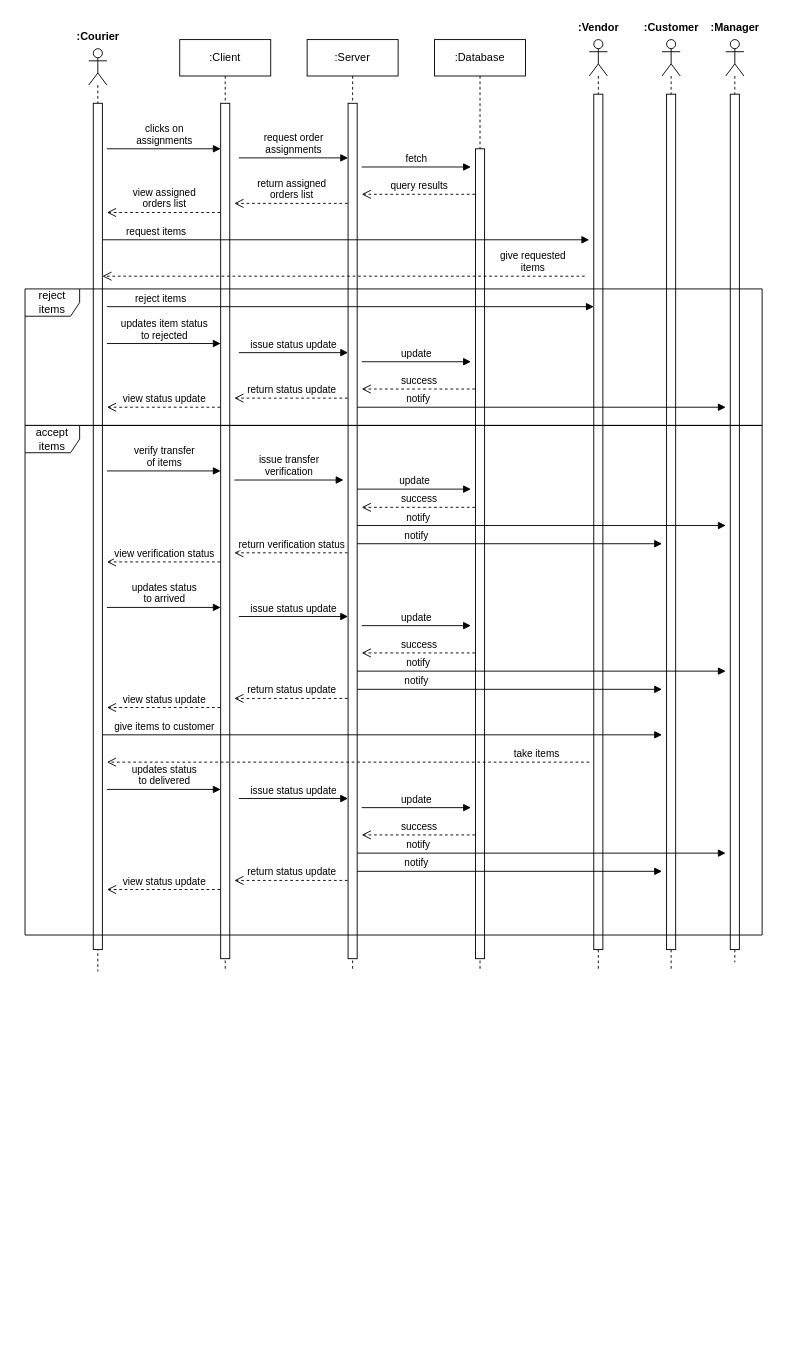
The draw.io diagram page "courier-delivery" (5 of 5) of software requirement/design/Sequence Diagram.drawio in nati-esh-zed/online_shopping_webapp, before the edit. Source tidied: cells renumbered, new cells numbered last; positions are measured from the earlier drawing's top-left corner, leaving out a move shared by most shapes. Both pictures are drawn from the tidied source at 91%, with x=0, y=0 at pixel (25, 15).
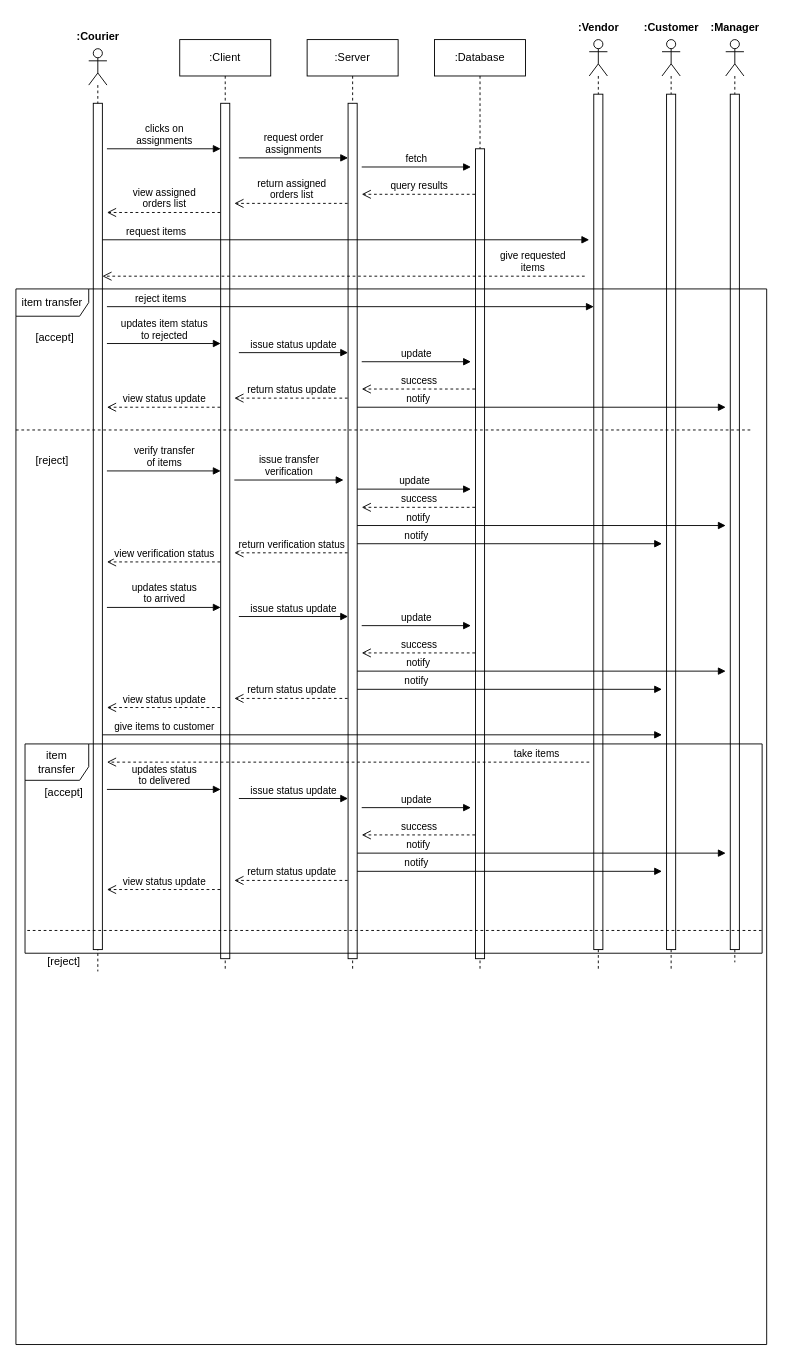
The same page after the edit.

Diff of the diagram source:
```diff
@@
-    <mxCell id="46" value="reject items" style="shape=umlFrame;whiteSpace=wrap;html=1;" parent="1" vertex="1">
-      <mxGeometry y="300" width="810" height="150" as="geometry" />
-    </mxCell>
@@
-    <mxCell id="53" value="accept items" style="shape=umlFrame;whiteSpace=wrap;html=1;" parent="1" vertex="1">
-      <mxGeometry y="450" width="810" height="560" as="geometry" />
-    </mxCell>
@@
+    <mxCell id="64" value="item transfer" style="shape=umlFrame;whiteSpace=wrap;html=1;width=80;height=30;" parent="1" vertex="1">
+      <mxGeometry x="-10" y="300" width="825" height="1160" as="geometry" />
+    </mxCell>
+    <mxCell id="65" value="[accept]" style="text;html=1;" parent="64" vertex="1">
+      <mxGeometry width="100" height="20" relative="1" as="geometry">
+        <mxPoint x="20" y="40" as="offset" />
+      </mxGeometry>
+    </mxCell>
+    <mxCell id="66" value="[reject]" style="line;strokeWidth=1;dashed=1;labelPosition=center;verticalLabelPosition=bottom;align=left;verticalAlign=top;spacingLeft=20;spacingTop=15;html=1;whiteSpace=wrap;" parent="64" vertex="1">
+      <mxGeometry y="150" width="810" height="10" as="geometry" />
+    </mxCell>
+    <mxCell id="67" value="item &lt;br&gt;transfer" style="shape=umlFrame;whiteSpace=wrap;html=1;width=70;height=40;" parent="64" vertex="1">
+      <mxGeometry x="10" y="500" width="810" height="230" as="geometry" />
+    </mxCell>
+    <mxCell id="68" value="[accept]" style="text;html=1;" parent="67" vertex="1">
+      <mxGeometry width="100" height="20" relative="1" as="geometry">
+        <mxPoint x="20" y="40" as="offset" />
+      </mxGeometry>
+    </mxCell>
+    <mxCell id="69" value="[reject]" style="line;strokeWidth=1;dashed=1;labelPosition=center;verticalLabelPosition=bottom;align=left;verticalAlign=top;spacingLeft=20;spacingTop=15;html=1;whiteSpace=wrap;" parent="67" vertex="1">
+      <mxGeometry x="2.5" y="200" width="810" height="10" as="geometry" />
+    </mxCell>
```
